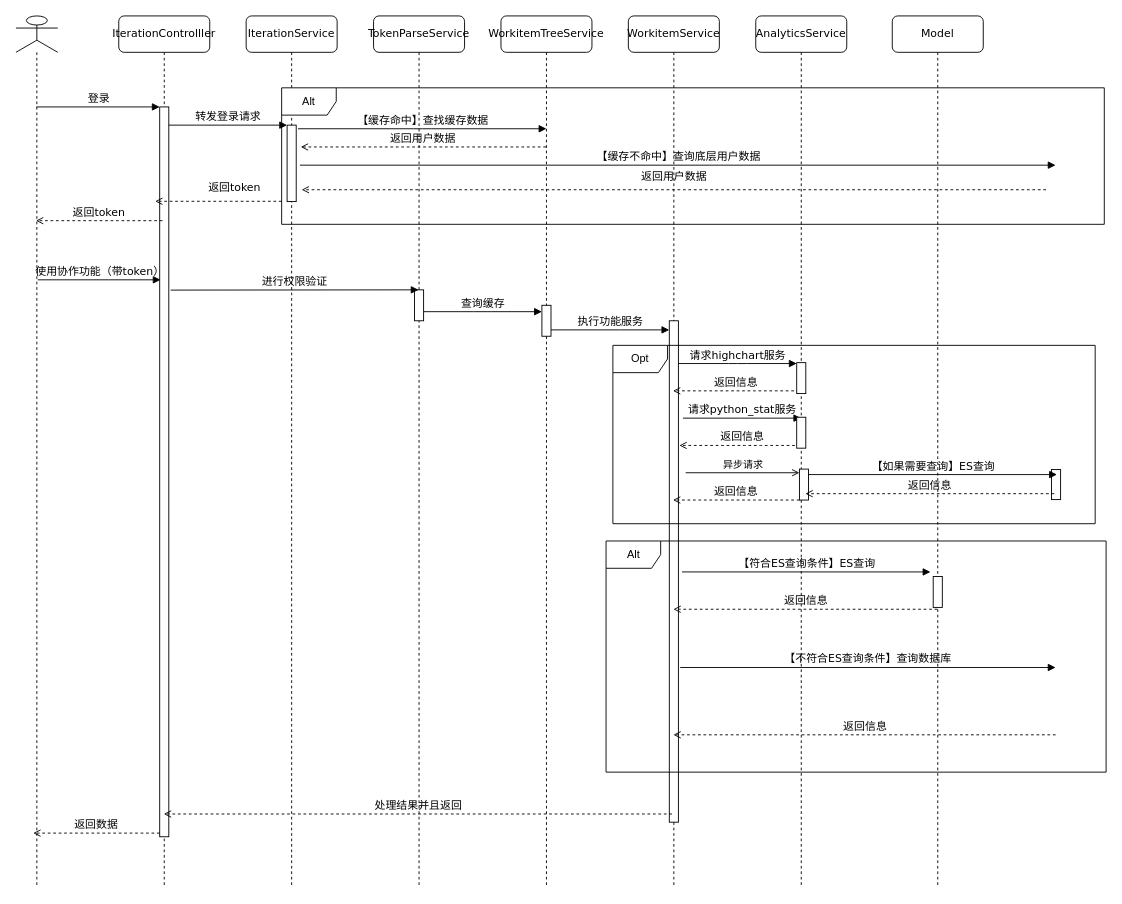
qf2020/drawio keeps this draw.io diagram as 查看迭代时序图.drawio. Above is the earlier version. Source tidied: cells renumbered, new cells numbered last; positions are measured from the earlier drawing's top-left corner, leaving out a move shared by most shapes. Both pictures are drawn from the tidied source at 91%, with x=0, y=0 at pixel (15, 15).
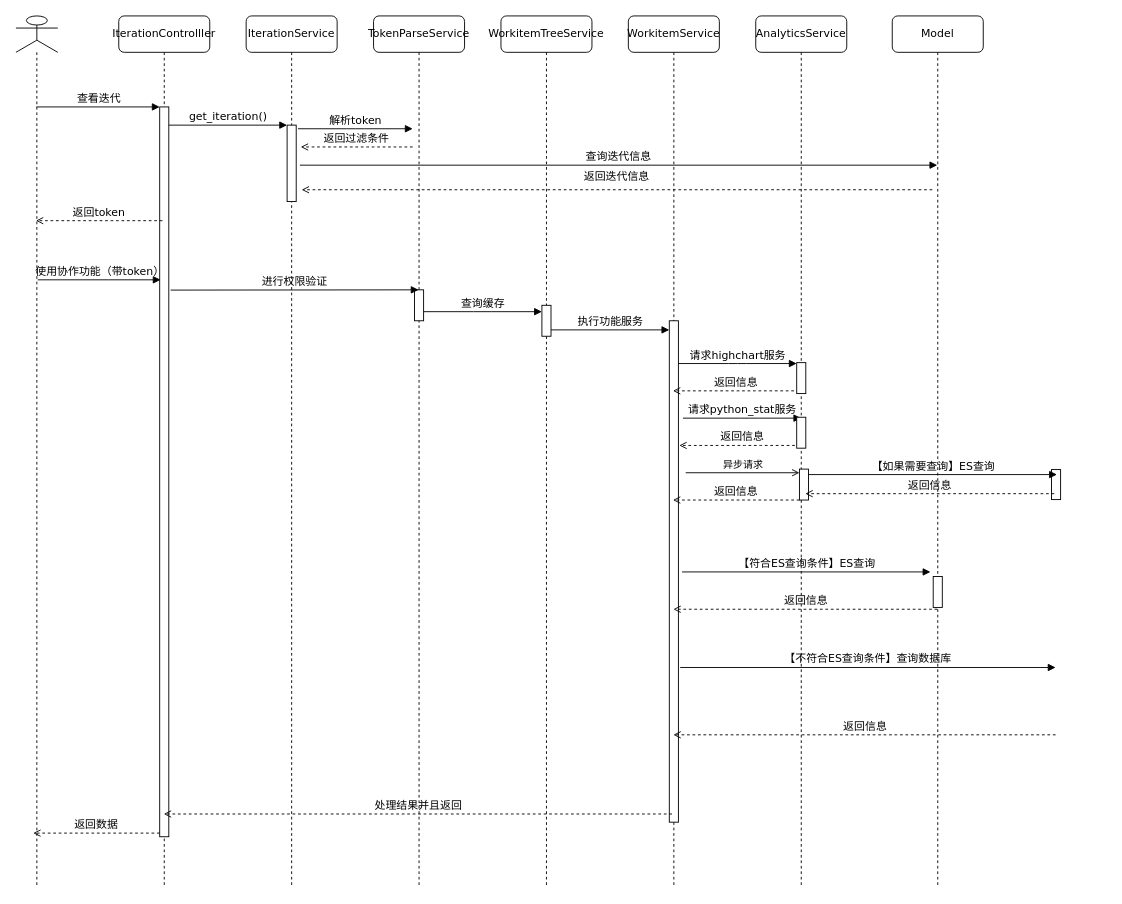
Above is the later version.

Commit message (it also covers changes not shown here):
更新查看迭代时序图.drawio

The change refers to these unchanged cells:
```xml
<mxCell id="4" style="html=1;points=[];perimeter=orthogonalPerimeter;rounded=0;shadow=0;comic=0;labelBackgroundColor=none;strokeWidth=1;fontFamily=Verdana;fontSize=12;align=center;" parent="3" vertex="1">
  <mxGeometry x="45" y="100" width="10" height="802" as="geometry" />
</mxCell>
<mxCell id="7" value="IterationService" style="shape=umlLifeline;perimeter=lifelinePerimeter;whiteSpace=wrap;html=1;rounded=1;shadow=0;comic=0;labelBackgroundColor=none;strokeWidth=1;fontFamily=Verdana;fontSize=12;align=center;" parent="1" vertex="1">
  <mxGeometry x="253" width="100" height="958" as="geometry" />
</mxCell>
<mxCell id="8" style="html=1;points=[];perimeter=orthogonalPerimeter;rounded=0;shadow=0;comic=0;labelBackgroundColor=none;strokeWidth=1;fontFamily=Verdana;fontSize=12;align=center;" parent="7" vertex="1">
  <mxGeometry x="45" y="120" width="10" height="84" as="geometry" />
</mxCell>
<mxCell id="12" value="WorkitemTreeService" style="shape=umlLifeline;perimeter=lifelinePerimeter;whiteSpace=wrap;html=1;outlineConnect=0;rounded=1;shadow=0;comic=0;labelBackgroundColor=none;strokeWidth=1;fontFamily=Verdana;fontSize=12;align=center;" parent="1" vertex="1">
  <mxGeometry x="533" width="100" height="958" as="geometry" />
</mxCell>
<mxCell id="27" value="Model" style="shape=umlLifeline;perimeter=lifelinePerimeter;whiteSpace=wrap;html=1;outlineConnect=0;rounded=1;shadow=0;comic=0;labelBackgroundColor=none;strokeWidth=1;fontFamily=Verdana;fontSize=12;align=center;" parent="1" vertex="1">
  <mxGeometry x="963" width="100" height="958" as="geometry" />
</mxCell>
<mxCell id="28" style="shape=umlLifeline;perimeter=lifelinePerimeter;whiteSpace=wrap;html=1;outlineConnect=0;portConstraint=eastwest;newEdgeStyle={&quot;curved&quot;:0,&quot;rounded&quot;:0};participant=umlActor;" parent="1" vertex="1">
  <mxGeometry width="46" height="958" as="geometry" />
</mxCell>
```

The edit, as a diff of the source:
```diff
@@
-    <mxCell id="9" value="返回token" style="html=1;verticalAlign=bottom;endArrow=open;dashed=1;endSize=6;labelBackgroundColor=none;fontFamily=Verdana;fontSize=12;edgeStyle=elbowEdgeStyle;elbow=vertical;jumpSize=6;" parent="7" edge="1">
-      <mxGeometry x="-0.25" y="-6" relative="1" as="geometry">
-        <mxPoint x="39" y="203.7" as="sourcePoint" />
-        <mxPoint x="-100" y="203.7" as="targetPoint" />
-        <Array as="points">
-          <mxPoint x="-20" y="203.7" />
-          <mxPoint x="10" y="203.7" />
-        </Array>
-      </mxGeometry>
-    </mxCell>
@@
-    <mxCell id="25" value="登录" style="html=1;verticalAlign=bottom;endArrow=block;entryX=0;entryY=0;labelBackgroundColor=none;fontFamily=Verdana;fontSize=12;edgeStyle=elbowEdgeStyle;elbow=vertical;" parent="1" edge="1" source="28" target="4">
+    <mxCell id="25" value="查看迭代" style="html=1;verticalAlign=bottom;endArrow=block;entryX=0;entryY=0;labelBackgroundColor=none;fontFamily=Verdana;fontSize=12;edgeStyle=elbowEdgeStyle;elbow=vertical;" parent="1" edge="1" source="28" target="4">
       <mxGeometry relative="1" as="geometry" />
     </mxCell>
-    <mxCell id="26" value="转发登录请求" style="html=1;verticalAlign=bottom;endArrow=block;entryX=0;entryY=0;labelBackgroundColor=none;fontFamily=Verdana;fontSize=12;edgeStyle=elbowEdgeStyle;elbow=vertical;" parent="1" edge="1" source="4" target="8">
+    <mxCell id="26" value="get_iteration()" style="html=1;verticalAlign=bottom;endArrow=block;entryX=0;entryY=0;labelBackgroundColor=none;fontFamily=Verdana;fontSize=12;edgeStyle=elbowEdgeStyle;elbow=vertical;" parent="1" edge="1" source="4" target="8">
       <mxGeometry relative="1" as="geometry" />
     </mxCell>
@@
-    <mxCell id="31" value="Opt" style="shape=umlFrame;whiteSpace=wrap;html=1;" parent="1" vertex="1">
-      <mxGeometry x="656" y="362" width="530" height="196" as="geometry" />
-    </mxCell>
@@
-    <mxCell id="36" value="Alt" style="shape=umlFrame;whiteSpace=wrap;html=1;" parent="1" vertex="1">
-      <mxGeometry x="648.5" y="577" width="549.5" height="254" as="geometry" />
-    </mxCell>
@@
-    <mxCell id="42" value="【缓存命中】查找缓存数据" style="html=1;verticalAlign=bottom;endArrow=block;labelBackgroundColor=none;fontFamily=Verdana;fontSize=12;edgeStyle=elbowEdgeStyle;elbow=horizontal;" parent="1" edge="1">
+    <mxCell id="42" value="解析token" style="html=1;verticalAlign=bottom;endArrow=block;labelBackgroundColor=none;fontFamily=Verdana;fontSize=12;edgeStyle=elbowEdgeStyle;elbow=vertical;" parent="1" edge="1">
       <mxGeometry relative="1" as="geometry">
         <mxPoint x="310" y="124" as="sourcePoint" />
-        <mxPoint x="583" y="124" as="targetPoint" />
+        <mxPoint x="436" y="124" as="targetPoint" />
       </mxGeometry>
     </mxCell>
-    <mxCell id="43" value="【缓存不命中】查询底层用户数据" style="html=1;verticalAlign=bottom;endArrow=block;labelBackgroundColor=none;fontFamily=Verdana;fontSize=12;edgeStyle=elbowEdgeStyle;elbow=vertical;" parent="1" edge="1">
+    <mxCell id="43" value="查询迭代信息" style="html=1;verticalAlign=bottom;endArrow=block;labelBackgroundColor=none;fontFamily=Verdana;fontSize=12;edgeStyle=elbowEdgeStyle;elbow=vertical;" parent="1" edge="1" target="27">
       <mxGeometry relative="1" as="geometry">
         <mxPoint x="312" y="164" as="sourcePoint" />
-        <mxPoint x="1142.5" y="163.3" as="targetPoint" />
       </mxGeometry>
     </mxCell>
-    <mxCell id="44" value="返回用户数据" style="html=1;verticalAlign=bottom;endArrow=open;dashed=1;endSize=6;labelBackgroundColor=none;fontFamily=Verdana;fontSize=12;edgeStyle=elbowEdgeStyle;elbow=vertical;jumpSize=6;" parent="1" edge="1">
+    <mxCell id="44" value="返回迭代信息" style="html=1;verticalAlign=bottom;endArrow=open;dashed=1;endSize=6;labelBackgroundColor=none;fontFamily=Verdana;fontSize=12;edgeStyle=elbowEdgeStyle;elbow=vertical;jumpSize=6;" parent="1" edge="1">
       <mxGeometry y="-5" relative="1" as="geometry">
-        <mxPoint x="1132" y="191" as="sourcePoint" />
+        <mxPoint x="1007" y="191" as="sourcePoint" />
         <mxPoint x="314" y="191" as="targetPoint" />
         <Array as="points">
           <mxPoint x="511" y="191" />
           <mxPoint x="541" y="191" />
         </Array>
       </mxGeometry>
     </mxCell>
-    <mxCell id="45" value="返回用户数据" style="html=1;verticalAlign=bottom;endArrow=open;dashed=1;endSize=6;labelBackgroundColor=none;fontFamily=Verdana;fontSize=12;edgeStyle=elbowEdgeStyle;elbow=vertical;jumpSize=6;" parent="1" edge="1" source="12">
+    <mxCell id="45" value="返回过滤条件" style="html=1;verticalAlign=bottom;endArrow=open;dashed=1;endSize=6;labelBackgroundColor=none;fontFamily=Verdana;fontSize=12;edgeStyle=elbowEdgeStyle;elbow=vertical;jumpSize=6;" parent="1" edge="1">
       <mxGeometry x="0.01" relative="1" as="geometry">
+        <mxPoint x="436" y="144" as="sourcePoint" />
         <mxPoint x="313" y="144" as="targetPoint" />
         <Array as="points">
           <mxPoint x="393" y="144" />
           <mxPoint x="423" y="144" />
         </Array>
       </mxGeometry>
     </mxCell>
-    <mxCell id="46" value="Alt" style="shape=umlFrame;whiteSpace=wrap;html=1;" parent="1" vertex="1">
-      <mxGeometry x="292" y="79" width="904" height="150" as="geometry" />
-    </mxCell>
```
